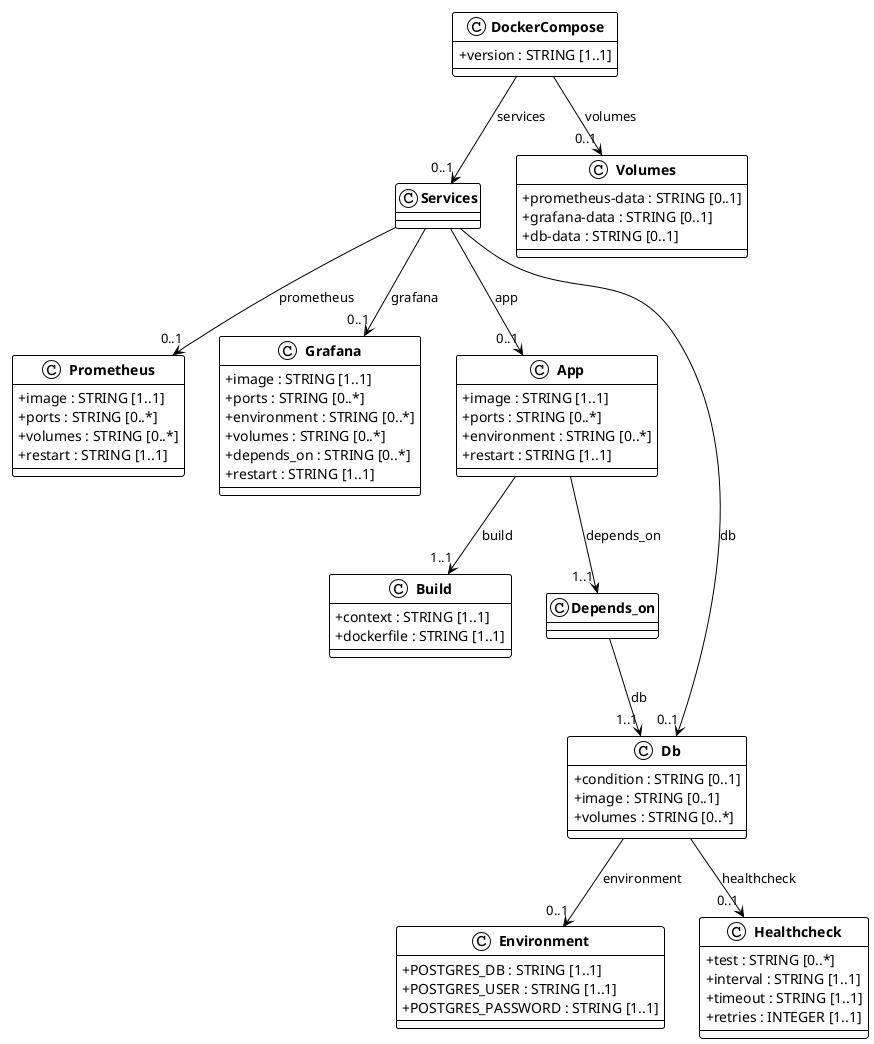
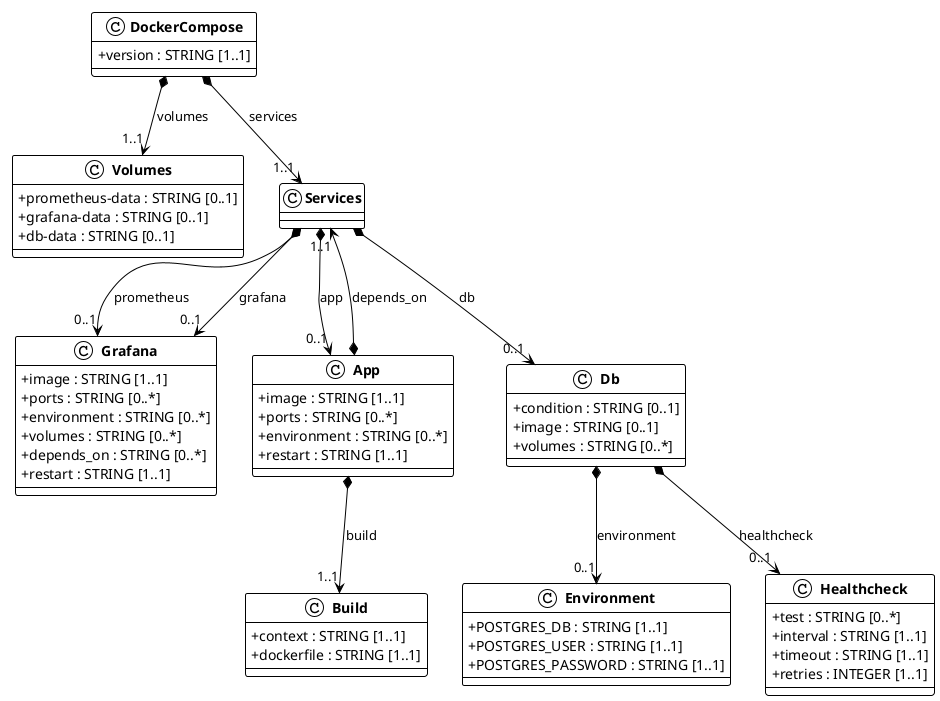
@startuml docker_compose
!theme plain
skinparam classAttributeIconSize 0
skinparam classFontStyle bold

class DockerCompose{
  + version : STRING [1..1]
}

- class Services{
+ class Volumes{
+   + prometheus-data : STRING [0..1]
+   + grafana-data : STRING [0..1]
+   + db-data : STRING [0..1]
}

- class Prometheus{
-   + image : STRING [1..1]
-   + ports : STRING [0..*]
-   + volumes : STRING [0..*]
-   + restart : STRING [1..1]
+ class Services{
}

class Grafana{
  + image : STRING [1..1]
  + ports : STRING [0..*]
  + environment : STRING [0..*]
  + volumes : STRING [0..*]
  + depends_on : STRING [0..*]
  + restart : STRING [1..1]
- }
- 
- class Volumes{
-   + prometheus-data : STRING [0..1]
-   + grafana-data : STRING [0..1]
-   + db-data : STRING [0..1]
}

class App{
  + image : STRING [1..1]
  + ports : STRING [0..*]
  + environment : STRING [0..*]
  + restart : STRING [1..1]
}

class Build{
  + context : STRING [1..1]
  + dockerfile : STRING [1..1]
- }
- 
- class Depends_on{
}

class Db{
  + condition : STRING [0..1]
  + image : STRING [0..1]
  + volumes : STRING [0..*]
}

class Environment{
  + POSTGRES_DB : STRING [1..1]
  + POSTGRES_USER : STRING [1..1]
  + POSTGRES_PASSWORD : STRING [1..1]
}

class Healthcheck{
  + test : STRING [0..*]
  + interval : STRING [1..1]
  + timeout : STRING [1..1]
  + retries : INTEGER [1..1]
}

- DockerCompose --> "0..1" Services : services
- DockerCompose --> "0..1" Volumes : volumes
- Services --> "0..1" Prometheus : prometheus
- Services --> "0..1" Grafana : grafana
- Services --> "0..1" App : app
- Services --> "0..1" Db : db
- App --> "1..1" Build : build
- App --> "1..1" Depends_on : depends_on
- Depends_on --> "1..1" Db : db
- Db --> "0..1" Environment : environment
- Db --> "0..1" Healthcheck : healthcheck
+ DockerCompose *--> "1..1" Volumes : volumes
+ DockerCompose *--> "1..1" Services : services
+ Services *--> "0..1" Grafana : prometheus
+ Services *--> "0..1" Grafana : grafana
+ Services *--> "0..1" App : app
+ Services *--> "0..1" Db : db
+ App *--> "1..1" Build : build
+ App *--> "1..1" Services : depends_on
+ Db *--> "0..1" Environment : environment
+ Db *--> "0..1" Healthcheck : healthcheck

@enduml
